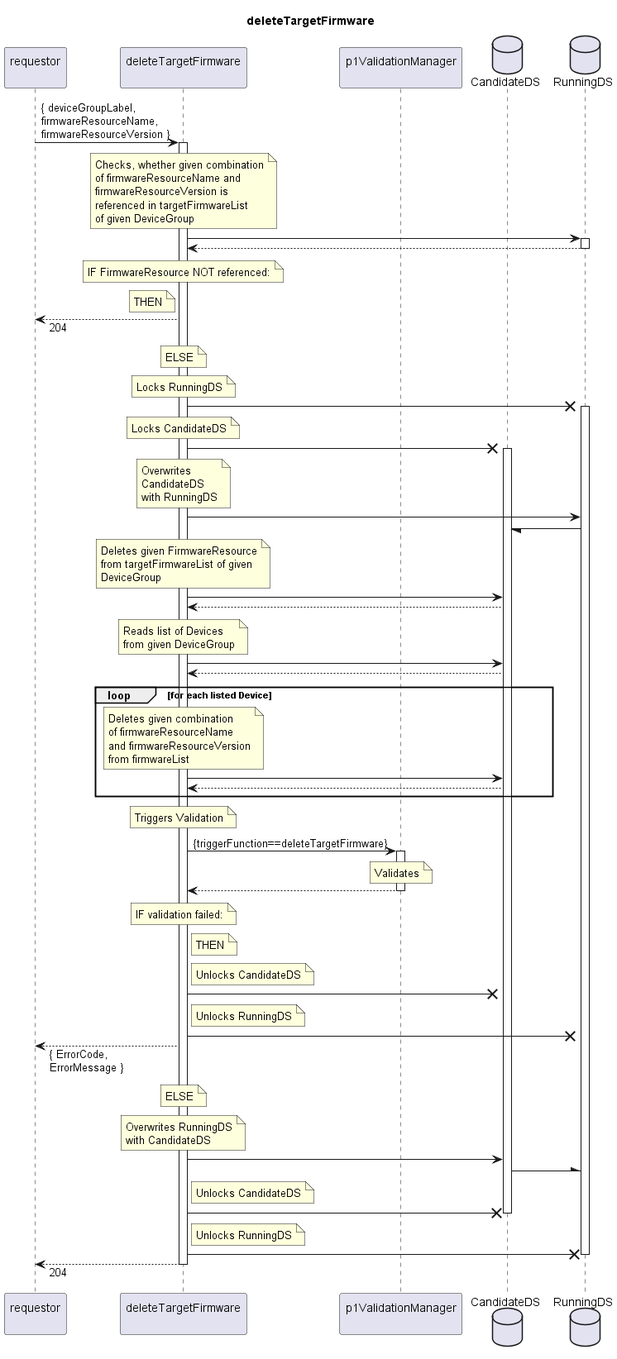
Above: spec/Services/deleteTargetFirmware/1.0.0/deleteTargetFirmware.png in openBackhaul/FirmWareManager (PlantUML), before the change.
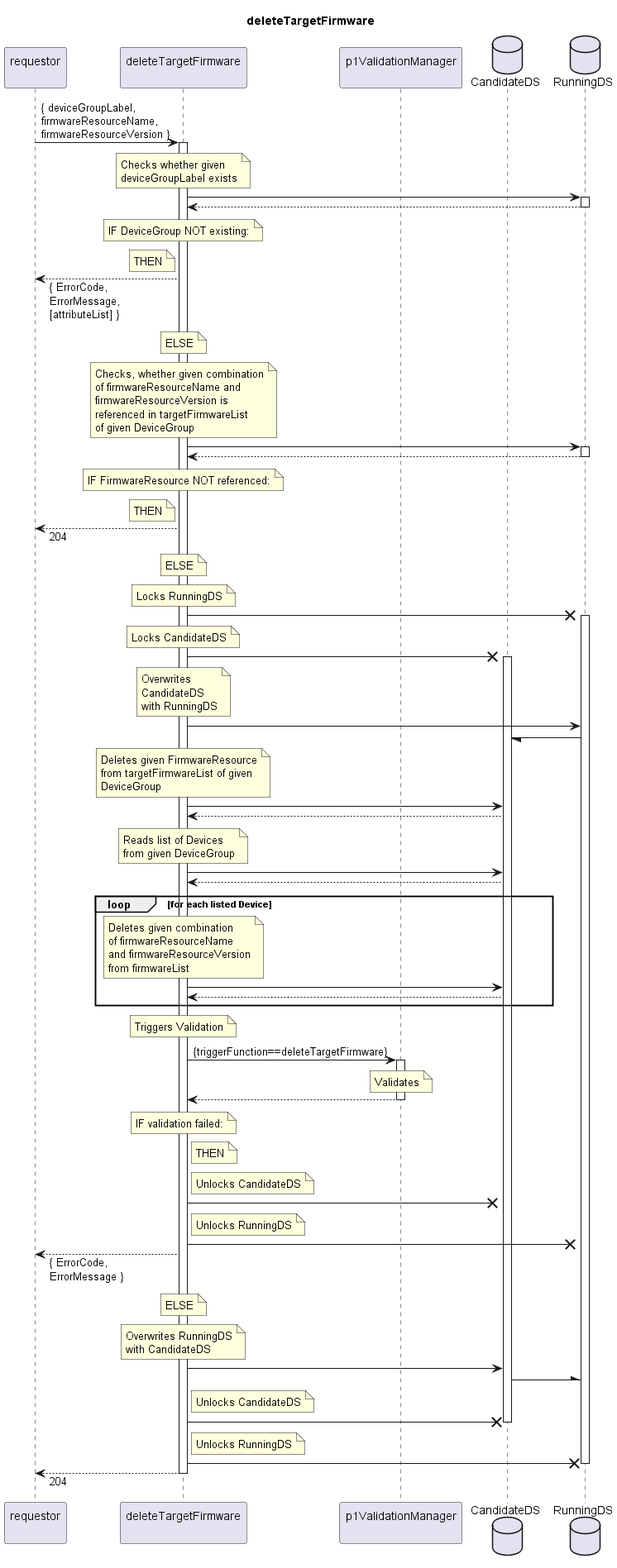
After the commit.

Diff of the diagram source:
```diff
@@ -13,6 +13,25 @@
 
 requestor -> indServ: { deviceGroupLabel,\nfirmwareResourceName,\nfirmwareResourceVersion }
 activate indServ
+
+  note over indServ
+    Checks whether given
+    deviceGroupLabel exists
+  end note
+  indServ -> RunDS
+  activate RunDS
+  indServ <-- RunDS
+  deactivate RunDS
+  note over indServ
+    IF DeviceGroup NOT existing:
+  end note
+  note left indServ
+    THEN
+  end note
+  requestor <-- indServ: { ErrorCode,\nErrorMessage,\n[attributeList] }
+  note over indServ
+    ELSE
+  end note
 
   note over indServ
     Checks, whether given combination
```
